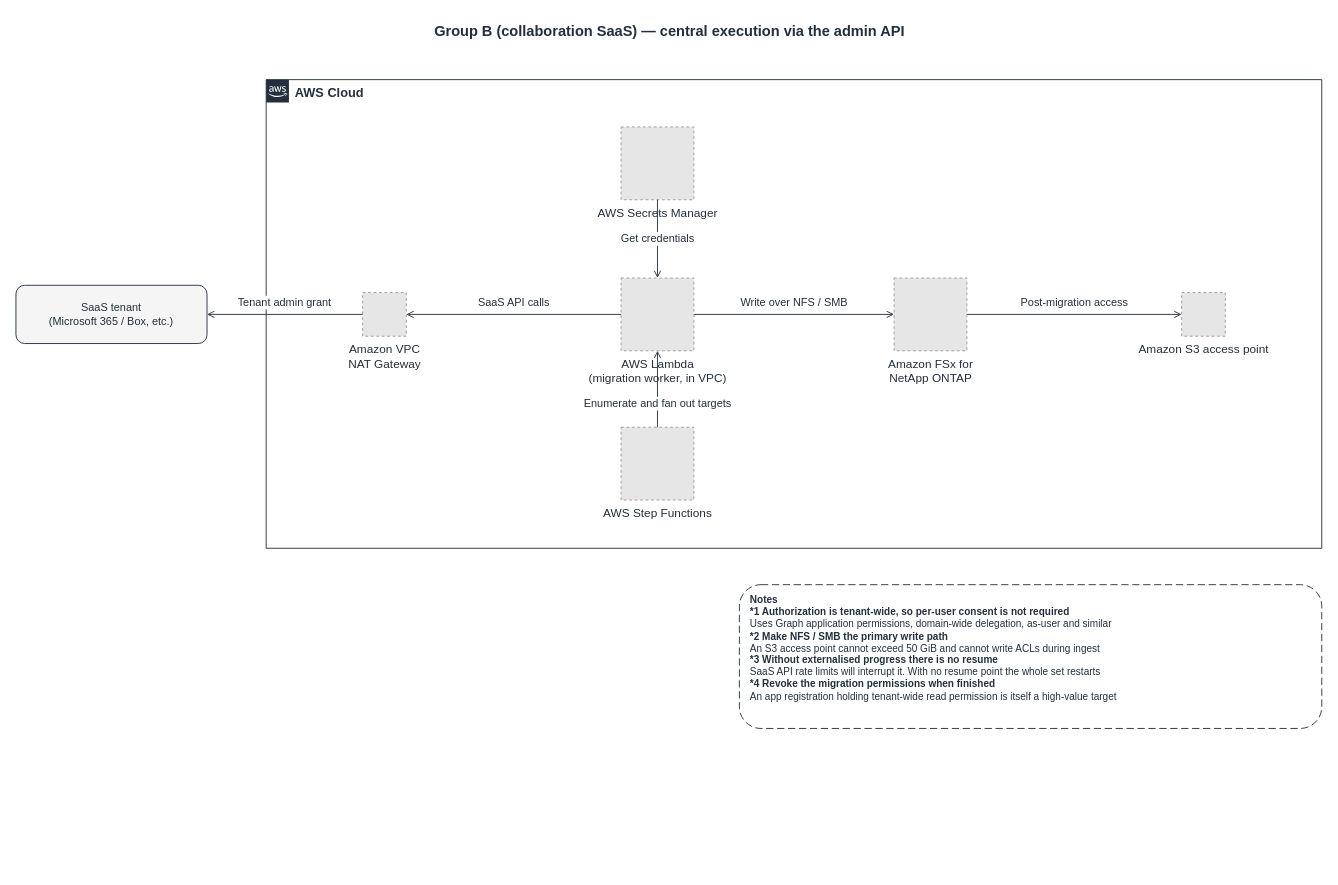
The draw.io diagram docs/diagrams/saas-migration-group-b-worker-en.drawio in Yoshiki0705/FSx-for-ONTAP-S3AccessPoints-Serverless-Patterns, before the edit. Source tidied: cells renumbered, new cells numbered last; positions are measured from the earlier drawing's top-left corner, leaving out a move shared by most shapes. Both pictures are drawn from the tidied source at 91%, with x=0, y=0 at pixel (15, 15). Pictures stored in the file or linked from it are replaced by grey dashed boxes.
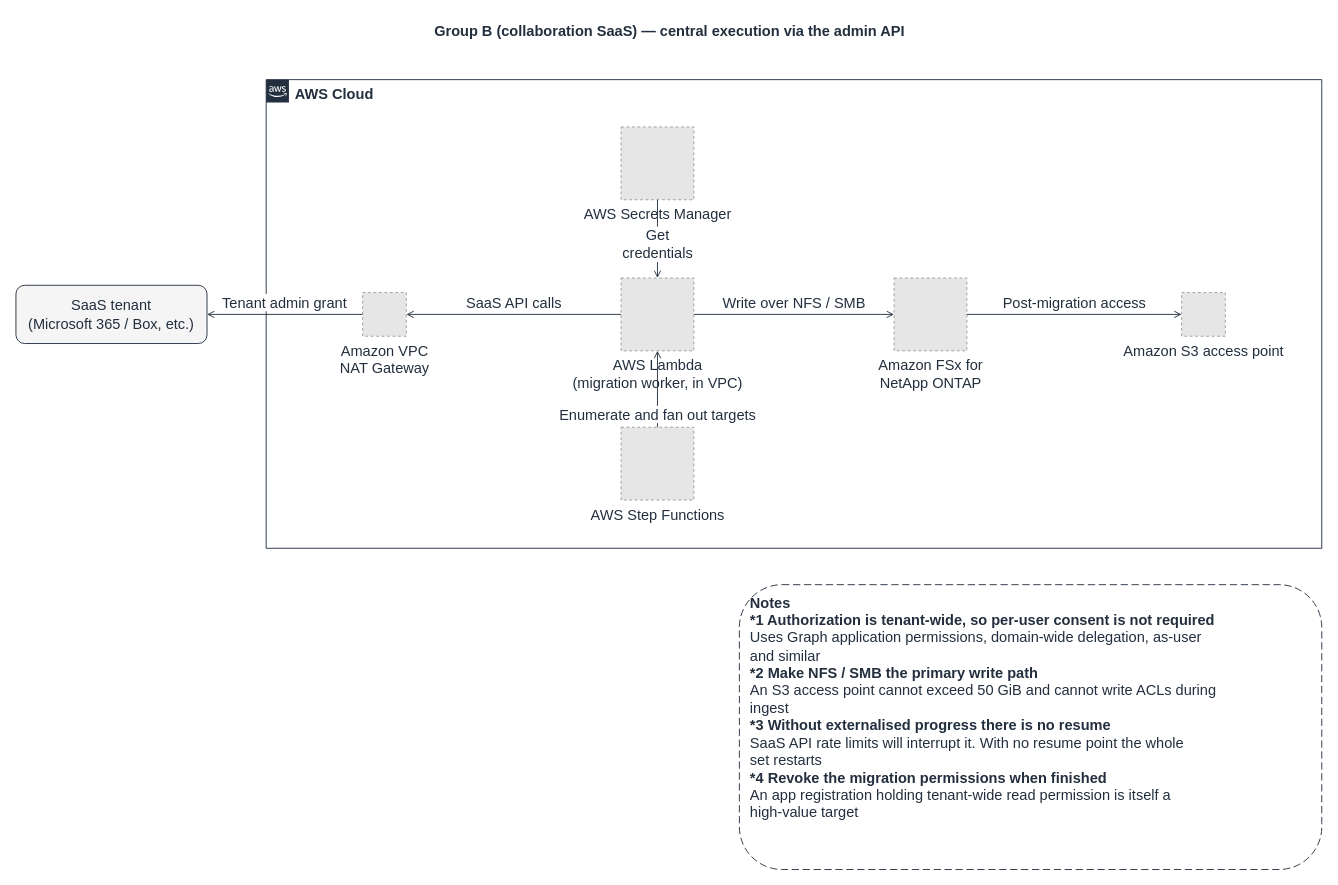
Above is the later version.

What changed in the source:
```diff
@@
-    <mxCell id="3" value="AWS Cloud" style="gradientColor=none;html=1;whiteSpace=wrap;fontSize=14;fontStyle=1;shape=mxgraph.aws4.group;grIcon=mxgraph.aws4.group_aws_cloud_alt;strokeColor=#232F3E;fillColor=none;verticalAlign=top;align=left;spacingLeft=30;fontColor=#232F3E;dashed=0;" parent="1" vertex="1">
+    <mxCell id="3" value="AWS Cloud" style="gradientColor=none;html=1;whiteSpace=wrap;fontSize=16;fontStyle=1;shape=mxgraph.aws4.group;grIcon=mxgraph.aws4.group_aws_cloud_alt;strokeColor=#232F3E;fillColor=none;verticalAlign=top;align=left;spacingLeft=30;fontColor=#232F3E;dashed=0;" parent="1" vertex="1">
       <mxGeometry x="275" y="70" width="1160" height="515" as="geometry" />
     </mxCell>
-    <mxCell id="4" value="SaaS tenant&lt;br&gt;(Microsoft 365 / Box, etc.)" style="rounded=1;whiteSpace=wrap;html=1;dashed=0;strokeColor=#232F3E;fillColor=#F5F5F5;align=center;verticalAlign=middle;fontSize=12;fontColor=#232F3E;" parent="1" vertex="1">
+    <mxCell id="4" value="SaaS tenant&lt;br&gt;(Microsoft 365 / Box, etc.)" style="rounded=1;whiteSpace=wrap;html=1;dashed=0;strokeColor=#232F3E;fillColor=#F5F5F5;align=center;verticalAlign=middle;fontSize=16;fontColor=#232F3E;" parent="1" vertex="1">
       <mxGeometry y="296" width="210" height="64" as="geometry" />
     </mxCell>
-    <mxCell id="5" value="Amazon VPC&lt;br&gt;NAT Gateway" style="fillColor=#E6E6E6;strokeColor=#999999;dashed=1;html=1;verticalLabelPosition=bottom;verticalAlign=top;labelPosition=center;align=center;fontSize=13;fontColor=#232F3E;" parent="1" vertex="1">
+    <mxCell id="5" value="Amazon VPC&lt;br&gt;NAT Gateway" style="fillColor=#E6E6E6;strokeColor=#999999;dashed=1;html=1;verticalLabelPosition=bottom;verticalAlign=top;labelPosition=center;align=center;fontSize=16;fontColor=#232F3E;" parent="1" vertex="1">
       <mxGeometry x="381" y="304" width="48" height="48" as="geometry" />
     </mxCell>
-    <mxCell id="6" value="AWS Secrets Manager" style="fillColor=#E6E6E6;strokeColor=#999999;dashed=1;html=1;verticalLabelPosition=bottom;verticalAlign=top;labelPosition=center;align=center;fontSize=13;fontColor=#232F3E;" parent="1" vertex="1">
+    <mxCell id="6" value="AWS Secrets Manager" style="fillColor=#E6E6E6;strokeColor=#999999;dashed=1;html=1;verticalLabelPosition=bottom;verticalAlign=top;labelPosition=center;align=center;fontSize=16;fontColor=#232F3E;" parent="1" vertex="1">
       <mxGeometry x="665" y="122" width="80" height="80" as="geometry" />
     </mxCell>
-    <mxCell id="7" value="AWS Lambda&lt;br&gt;(migration worker, in VPC)" style="fillColor=#E6E6E6;strokeColor=#999999;dashed=1;html=1;verticalLabelPosition=bottom;verticalAlign=top;labelPosition=center;align=center;fontSize=13;fontColor=#232F3E;" parent="1" vertex="1">
+    <mxCell id="7" value="AWS Lambda&lt;br&gt;(migration worker, in VPC)" style="fillColor=#E6E6E6;strokeColor=#999999;dashed=1;html=1;verticalLabelPosition=bottom;verticalAlign=top;labelPosition=center;align=center;fontSize=16;fontColor=#232F3E;" parent="1" vertex="1">
       <mxGeometry x="665" y="288" width="80" height="80" as="geometry" />
     </mxCell>
-    <mxCell id="8" value="AWS Step Functions" style="fillColor=#E6E6E6;strokeColor=#999999;dashed=1;html=1;verticalLabelPosition=bottom;verticalAlign=top;labelPosition=center;align=center;fontSize=13;fontColor=#232F3E;" parent="1" vertex="1">
+    <mxCell id="8" value="AWS Step Functions" style="fillColor=#E6E6E6;strokeColor=#999999;dashed=1;html=1;verticalLabelPosition=bottom;verticalAlign=top;labelPosition=center;align=center;fontSize=16;fontColor=#232F3E;" parent="1" vertex="1">
       <mxGeometry x="665" y="452" width="80" height="80" as="geometry" />
     </mxCell>
-    <mxCell id="9" value="Amazon FSx for&lt;br&gt;NetApp ONTAP" style="fillColor=#E6E6E6;strokeColor=#999999;dashed=1;html=1;verticalLabelPosition=bottom;verticalAlign=top;labelPosition=center;align=center;fontSize=13;fontColor=#232F3E;" parent="1" vertex="1">
+    <mxCell id="9" value="Amazon FSx for&lt;br&gt;NetApp ONTAP" style="fillColor=#E6E6E6;strokeColor=#999999;dashed=1;html=1;verticalLabelPosition=bottom;verticalAlign=top;labelPosition=center;align=center;fontSize=16;fontColor=#232F3E;" parent="1" vertex="1">
       <mxGeometry x="965" y="288" width="80" height="80" as="geometry" />
     </mxCell>
-    <mxCell id="10" value="Amazon S3 access point" style="fillColor=#E6E6E6;strokeColor=#999999;dashed=1;html=1;verticalLabelPosition=bottom;verticalAlign=top;labelPosition=center;align=center;fontSize=13;fontColor=#232F3E;" parent="1" vertex="1">
+    <mxCell id="10" value="Amazon S3 access point" style="fillColor=#E6E6E6;strokeColor=#999999;dashed=1;html=1;verticalLabelPosition=bottom;verticalAlign=top;labelPosition=center;align=center;fontSize=16;fontColor=#232F3E;" parent="1" vertex="1">
       <mxGeometry x="1281" y="304" width="48" height="48" as="geometry" />
     </mxCell>
-    <mxCell id="11" value="SaaS API calls" style="edgeStyle=orthogonalEdgeStyle;rounded=0;jettySize=auto;html=1;endArrow=open;endFill=0;strokeColor=#232F3E;strokeWidth=1;fontSize=12;fontColor=#232F3E;labelBackgroundColor=#ffffff;" parent="1" edge="1" source="7" target="5">
+    <mxCell id="11" value="SaaS API calls" style="edgeStyle=orthogonalEdgeStyle;rounded=0;jettySize=auto;html=1;endArrow=open;endFill=0;strokeColor=#232F3E;strokeWidth=1;fontSize=16;fontColor=#232F3E;labelBackgroundColor=#ffffff;" parent="1" edge="1" source="7" target="5">
       <mxGeometry relative="1" as="geometry">
         <mxPoint y="-13" as="offset" />
       </mxGeometry>
     </mxCell>
-    <mxCell id="12" value="Tenant admin grant" style="edgeStyle=orthogonalEdgeStyle;rounded=0;jettySize=auto;html=1;endArrow=open;endFill=0;strokeColor=#232F3E;strokeWidth=1;fontSize=12;fontColor=#232F3E;labelBackgroundColor=#ffffff;" parent="1" edge="1" source="5" target="4">
+    <mxCell id="12" value="Tenant admin grant" style="edgeStyle=orthogonalEdgeStyle;rounded=0;jettySize=auto;html=1;endArrow=open;endFill=0;strokeColor=#232F3E;strokeWidth=1;fontSize=16;fontColor=#232F3E;labelBackgroundColor=#ffffff;" parent="1" edge="1" source="5" target="4">
       <mxGeometry relative="1" as="geometry">
         <mxPoint y="-13" as="offset" />
       </mxGeometry>
     </mxCell>
-    <mxCell id="13" value="Get credentials" style="edgeStyle=orthogonalEdgeStyle;rounded=0;jettySize=auto;html=1;endArrow=open;endFill=0;strokeColor=#232F3E;strokeWidth=1;fontSize=12;fontColor=#232F3E;labelBackgroundColor=#ffffff;" parent="1" edge="1" source="6" target="7">
-      <mxGeometry relative="1" as="geometry" />
+    <mxCell id="13" value="Get&lt;br&gt;credentials" style="edgeStyle=orthogonalEdgeStyle;rounded=0;jettySize=auto;html=1;endArrow=open;endFill=0;strokeColor=#232F3E;strokeWidth=1;fontSize=16;fontColor=#232F3E;labelBackgroundColor=#ffffff;" parent="1" edge="1" source="6" target="7">
+      <mxGeometry relative="1" as="geometry">
+        <mxPoint y="6" as="offset" />
+      </mxGeometry>
     </mxCell>
-    <mxCell id="14" value="Enumerate and fan out targets" style="edgeStyle=orthogonalEdgeStyle;rounded=0;jettySize=auto;html=1;endArrow=open;endFill=0;strokeColor=#232F3E;strokeWidth=1;fontSize=12;fontColor=#232F3E;labelBackgroundColor=#ffffff;" parent="1" edge="1" source="8" target="7">
+    <mxCell id="14" value="Enumerate and fan out targets" style="edgeStyle=orthogonalEdgeStyle;rounded=0;jettySize=auto;html=1;endArrow=open;endFill=0;strokeColor=#232F3E;strokeWidth=1;fontSize=16;fontColor=#232F3E;labelBackgroundColor=#ffffff;" parent="1" edge="1" source="8" target="7">
       <mxGeometry relative="1" as="geometry">
-        <mxPoint y="16" as="offset" />
+        <mxPoint y="28" as="offset" />
       </mxGeometry>
     </mxCell>
-    <mxCell id="15" value="Write over NFS / SMB" style="edgeStyle=orthogonalEdgeStyle;rounded=0;jettySize=auto;html=1;endArrow=open;endFill=0;strokeColor=#232F3E;strokeWidth=1;fontSize=12;fontColor=#232F3E;labelBackgroundColor=#ffffff;" parent="1" edge="1" source="7" target="9">
+    <mxCell id="15" value="Write over NFS / SMB" style="edgeStyle=orthogonalEdgeStyle;rounded=0;jettySize=auto;html=1;endArrow=open;endFill=0;strokeColor=#232F3E;strokeWidth=1;fontSize=16;fontColor=#232F3E;labelBackgroundColor=#ffffff;" parent="1" edge="1" source="7" target="9">
       <mxGeometry relative="1" as="geometry">
         <mxPoint y="-13" as="offset" />
       </mxGeometry>
     </mxCell>
-    <mxCell id="16" value="Post-migration access" style="edgeStyle=orthogonalEdgeStyle;rounded=0;jettySize=auto;html=1;endArrow=open;endFill=0;strokeColor=#232F3E;strokeWidth=1;fontSize=12;fontColor=#232F3E;labelBackgroundColor=#ffffff;" parent="1" edge="1" source="9" target="10">
+    <mxCell id="16" value="Post-migration access" style="edgeStyle=orthogonalEdgeStyle;rounded=0;jettySize=auto;html=1;endArrow=open;endFill=0;strokeColor=#232F3E;strokeWidth=1;fontSize=16;fontColor=#232F3E;labelBackgroundColor=#ffffff;" parent="1" edge="1" source="9" target="10">
       <mxGeometry relative="1" as="geometry">
         <mxPoint y="-13" as="offset" />
       </mxGeometry>
     </mxCell>
-    <mxCell id="17" value="&lt;b&gt;Notes&lt;/b&gt;&lt;br&gt;&lt;b&gt;*1 Authorization is tenant-wide, so per-user consent is not required&lt;/b&gt;&lt;br&gt;Uses Graph application permissions, domain-wide delegation, as-user and similar&lt;br&gt;&lt;b&gt;*2 Make NFS / SMB the primary write path&lt;/b&gt;&lt;br&gt;An S3 access point cannot exceed 50 GiB and cannot write ACLs during ingest&lt;br&gt;&lt;b&gt;*3 Without externalised progress there is no resume&lt;/b&gt;&lt;br&gt;SaaS API rate limits will interrupt it. With no resume point the whole set restarts&lt;br&gt;&lt;b&gt;*4 Revoke the migration permissions when finished&lt;/b&gt;&lt;br&gt;An app registration holding tenant-wide read permission is itself a high-value target" style="rounded=1;whiteSpace=wrap;html=1;dashed=1;dashPattern=8 4;strokeColor=#232F3E;fillColor=#FFFFFF;align=left;verticalAlign=top;spacingLeft=10;spacingTop=4;fontSize=11;fontColor=#232F3E;" parent="1" vertex="1">
-      <mxGeometry x="795" y="625" width="640" height="158" as="geometry" />
+    <mxCell id="17" value="&lt;b&gt;Notes&lt;/b&gt;&lt;br&gt;&lt;b&gt;*1 Authorization is tenant-wide, so per-user consent is not required&lt;/b&gt;&lt;br&gt;Uses Graph application permissions, domain-wide delegation, as-user&lt;br&gt;and similar&lt;br&gt;&lt;b&gt;*2 Make NFS / SMB the primary write path&lt;/b&gt;&lt;br&gt;An S3 access point cannot exceed 50 GiB and cannot write ACLs during&lt;br&gt;ingest&lt;br&gt;&lt;b&gt;*3 Without externalised progress there is no resume&lt;/b&gt;&lt;br&gt;SaaS API rate limits will interrupt it. With no resume point the whole&lt;br&gt;set restarts&lt;br&gt;&lt;b&gt;*4 Revoke the migration permissions when finished&lt;/b&gt;&lt;br&gt;An app registration holding tenant-wide read permission is itself a&lt;br&gt;high-value target" style="rounded=1;whiteSpace=wrap;html=1;dashed=1;dashPattern=8 4;strokeColor=#232F3E;fillColor=#FFFFFF;align=left;verticalAlign=top;spacingLeft=10;spacingTop=4;fontSize=16;fontColor=#232F3E;" parent="1" vertex="1">
+      <mxGeometry x="795" y="625" width="640" height="313" as="geometry" />
     </mxCell>
```
